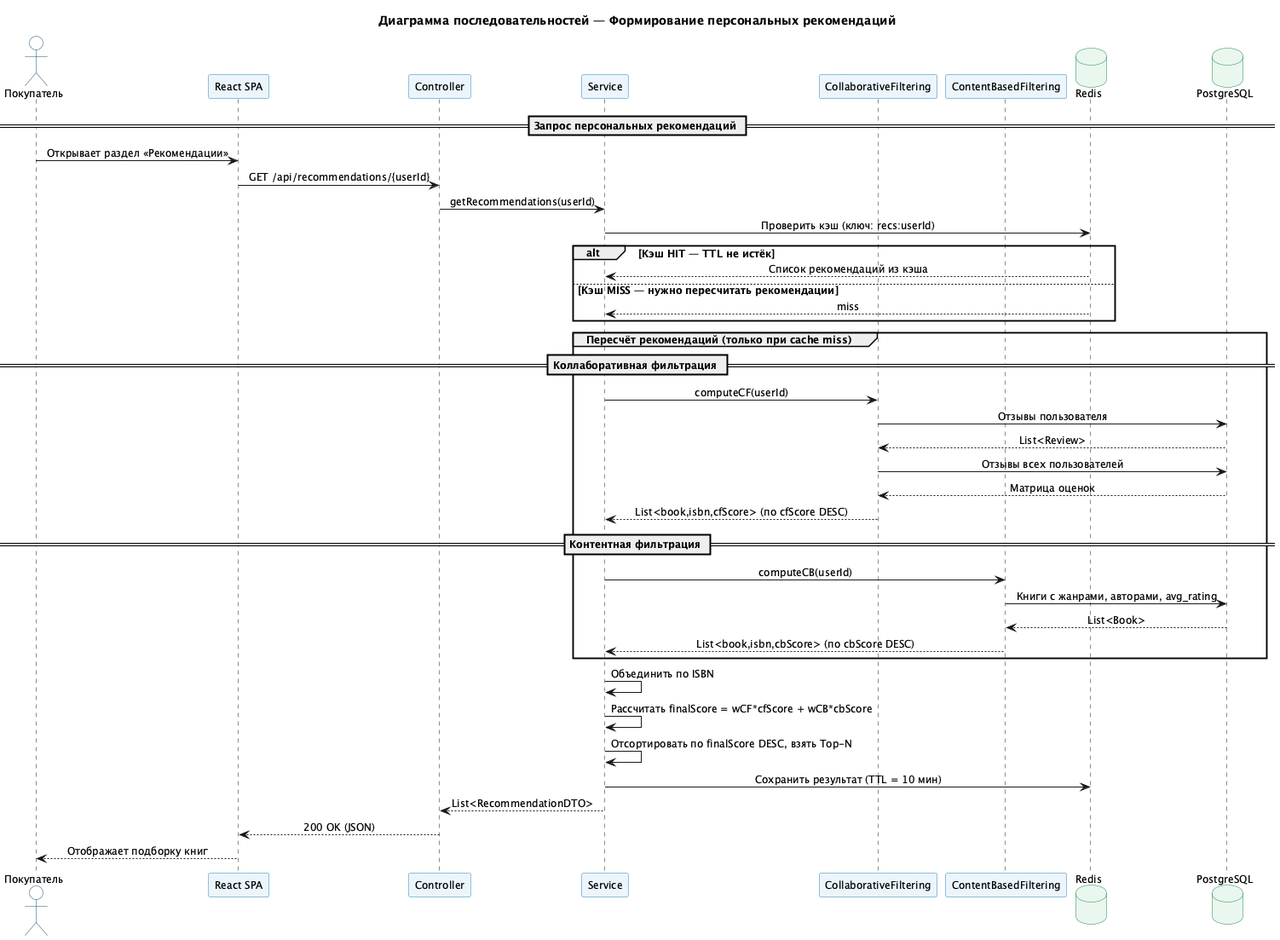
Above: diagrams/images/seq_recommendations.png in vvieun/book-store (PlantUML), before the change. Its source is kept beside it as diagrams/src/seq_recommendations.puml. Its diagram source:
```plantuml
@startuml seq_recommendations
title Диаграмма последовательностей — Формирование персональных рекомендаций

skinparam sequenceMessageAlign center
skinparam responseMessageBelowArrow true
skinparam defaultFontSize 12
skinparam participant {
  BackgroundColor #EBF5FB
  BorderColor     #2980B9
}
skinparam actor {
  BackgroundColor #FDFEFE
  BorderColor     #1A5276
}
skinparam database {
  BackgroundColor #E9F7EF
  BorderColor     #1E8449
}

actor       "Покупатель"                as User
participant "React SPA"                as SPA
participant "Controller"               as Ctrl
participant "Service"                  as Svc
participant "CollaborativeFiltering"   as CF
participant "ContentBasedFiltering"    as CB
database    "Redis"                    as Redis
database    "PostgreSQL"               as DB

== Запрос персональных рекомендаций ==

User -> SPA  : Открывает раздел «Рекомендации»
SPA  -> Ctrl : GET /api/recommendations/{userId}
Ctrl -> Svc  : getRecommendations(userId)
Svc  -> Redis : Проверить кэш (ключ: recs:userId)

alt Кэш HIT — TTL не истёк
    Redis --> Svc : Список рекомендаций из кэша
else Кэш MISS — нужно пересчитать рекомендации
    Redis --> Svc : miss
end

group Пересчёт рекомендаций (только при cache miss)
    == Коллаборативная фильтрация ==
    Svc -> CF  : computeCF(userId)
    CF  -> DB  : Отзывы пользователя
    DB --> CF  : List<Review>
    CF  -> DB  : Отзывы всех пользователей
    DB --> CF  : Матрица оценок
    CF --> Svc : List<book,isbn,cfScore> (по cfScore DESC)

    == Контентная фильтрация ==
    Svc -> CB  : computeCB(userId)
    CB  -> DB  : Книги с жанрами, авторами, avg_rating
    DB --> CB  : List<Book>
    CB --> Svc : List<book,isbn,cbScore> (по cbScore DESC)
end

Svc -> Svc  : Объединить по ISBN
Svc -> Svc  : Рассчитать finalScore = wCF*cfScore + wCB*cbScore
Svc -> Svc  : Отсортировать по finalScore DESC, взять Top-N
Svc -> Redis : Сохранить результат (TTL = 10 мин)

Svc  --> Ctrl : List<RecommendationDTO>
Ctrl --> SPA  : 200 OK (JSON)
SPA  --> User : Отображает подборку книг

@enduml
```
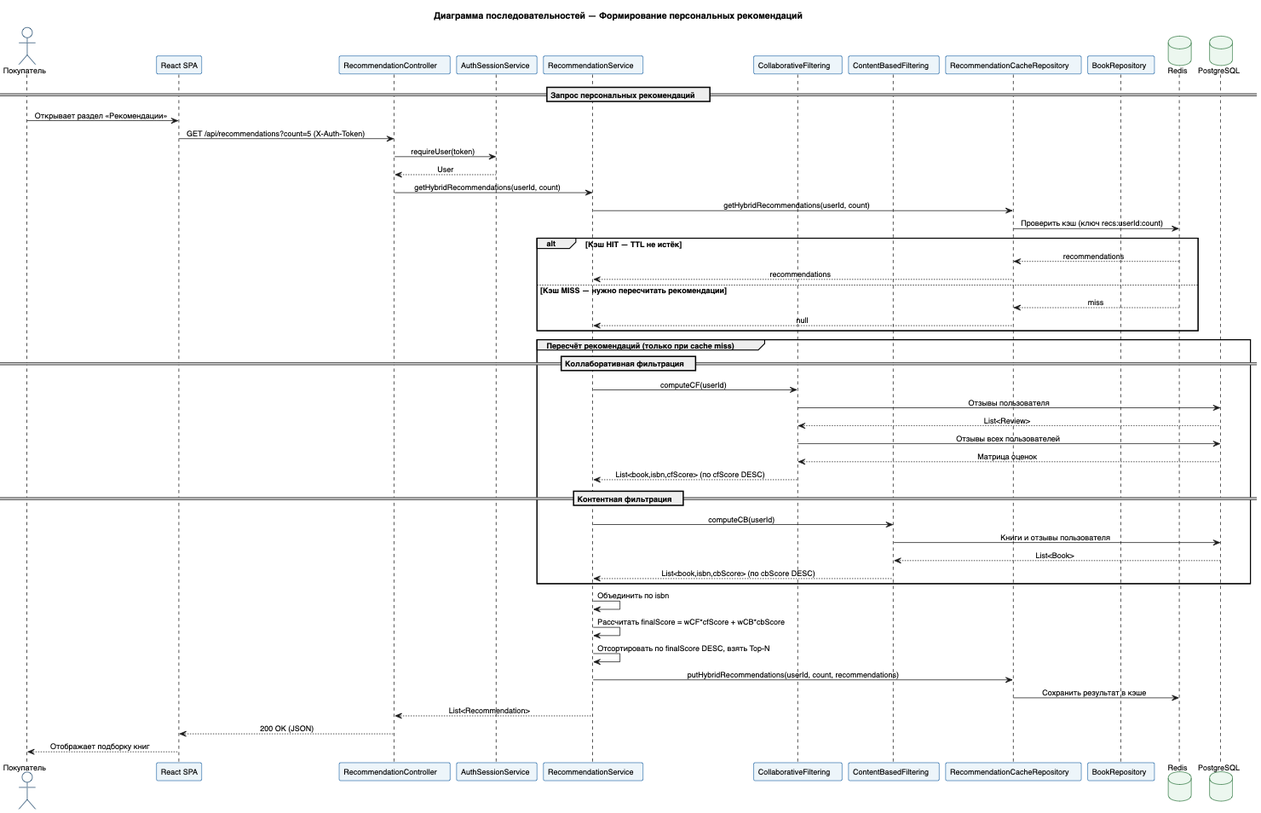
The same diagram one commit later.

The edit, as a diff of the source:
```diff
@@ -19,24 +19,32 @@
 
 actor       "Покупатель"                as User
 participant "React SPA"                as SPA
-participant "Controller"               as Ctrl
-participant "Service"                  as Svc
+participant "RecommendationController" as Ctrl
+participant "AuthSessionService"       as Auth
+participant "RecommendationService"    as Svc
 participant "CollaborativeFiltering"   as CF
 participant "ContentBasedFiltering"    as CB
+participant "RecommendationCacheRepository" as CacheRepo
+participant "BookRepository"           as BookRepo
 database    "Redis"                    as Redis
 database    "PostgreSQL"               as DB
 
 == Запрос персональных рекомендаций ==
 
 User -> SPA  : Открывает раздел «Рекомендации»
-SPA  -> Ctrl : GET /api/recommendations/{userId}
-Ctrl -> Svc  : getRecommendations(userId)
-Svc  -> Redis : Проверить кэш (ключ: recs:userId)
+SPA  -> Ctrl : GET /api/recommendations?count=5 (X-Auth-Token)
+Ctrl -> Auth : requireUser(token)
+Auth --> Ctrl : User
+Ctrl -> Svc  : getHybridRecommendations(userId, count)
+Svc  -> CacheRepo : getHybridRecommendations(userId, count)
+CacheRepo -> Redis : Проверить кэш (ключ recs:userId:count)
 
 alt Кэш HIT — TTL не истёк
-    Redis --> Svc : Список рекомендаций из кэша
+    Redis --> CacheRepo : recommendations
+    CacheRepo --> Svc : recommendations
 else Кэш MISS — нужно пересчитать рекомендации
-    Redis --> Svc : miss
+    Redis --> CacheRepo : miss
+    CacheRepo --> Svc : null
 end
 
 group Пересчёт рекомендаций (только при cache miss)
@@ -50,17 +58,18 @@
 
     == Контентная фильтрация ==
     Svc -> CB  : computeCB(userId)
-    CB  -> DB  : Книги с жанрами, авторами, avg_rating
+    CB  -> DB  : Книги и отзывы пользователя
     DB --> CB  : List<Book>
     CB --> Svc : List<book,isbn,cbScore> (по cbScore DESC)
 end
 
-Svc -> Svc  : Объединить по ISBN
+Svc -> Svc  : Объединить по isbn
 Svc -> Svc  : Рассчитать finalScore = wCF*cfScore + wCB*cbScore
 Svc -> Svc  : Отсортировать по finalScore DESC, взять Top-N
-Svc -> Redis : Сохранить результат (TTL = 10 мин)
+Svc -> CacheRepo : putHybridRecommendations(userId, count, recommendations)
+CacheRepo -> Redis : Сохранить результат в кэше
 
-Svc  --> Ctrl : List<RecommendationDTO>
+Svc  --> Ctrl : List<Recommendation>
 Ctrl --> SPA  : 200 OK (JSON)
 SPA  --> User : Отображает подборку книг
 
```
